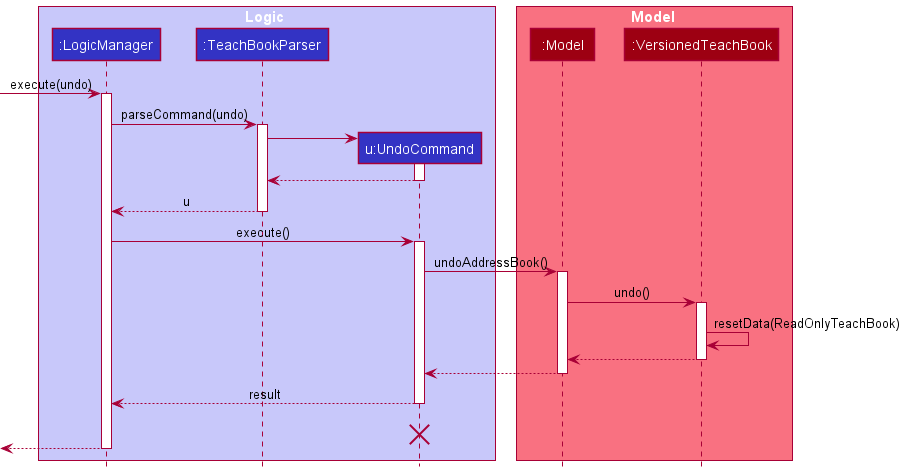
Above: docs/images/UndoSequenceDiagram.png in yulonglim/tp (PlantUML), before the change.
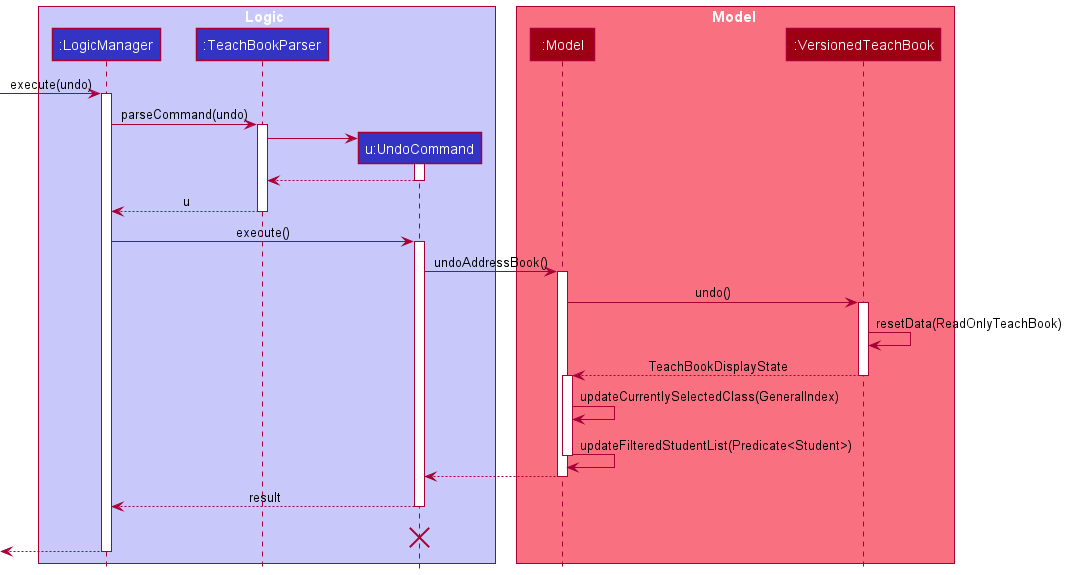
Later version of the same file.

Change to the diagram source:
```diff
@@ -37,9 +37,14 @@
 activate VersionedTeachBook
 
 VersionedTeachBook -> VersionedTeachBook :resetData(ReadOnlyTeachBook)
-VersionedTeachBook --> Model :
+VersionedTeachBook --> Model : TeachBookDisplayState
 deactivate VersionedTeachBook
 
+activate Model
+Model -> Model : updateCurrentlySelectedClass(GeneralIndex)
+Model -> Model : updateFilteredStudentList(Predicate<Student>)
+
+deactivate Model
 Model --> UndoCommand
 deactivate Model
 
```
